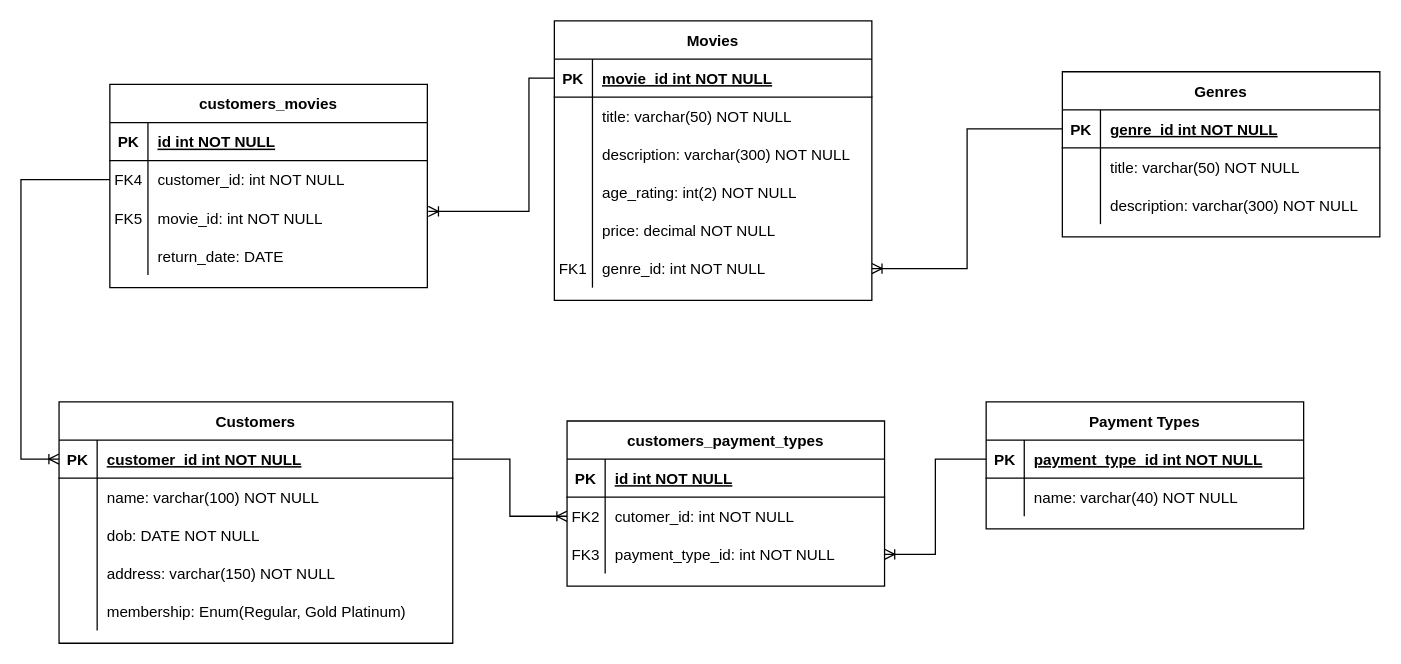
Above: movie_rental_v2.drawio in finn-nankivell2/databases-ca-1 (draw.io), before the change. Source tidied: cells renumbered, new cells numbered last; positions are measured from the earlier drawing's top-left corner, leaving out a move shared by most shapes. Both pictures are drawn from the tidied source at 127%, with x=0, y=0 at pixel (20, 20).
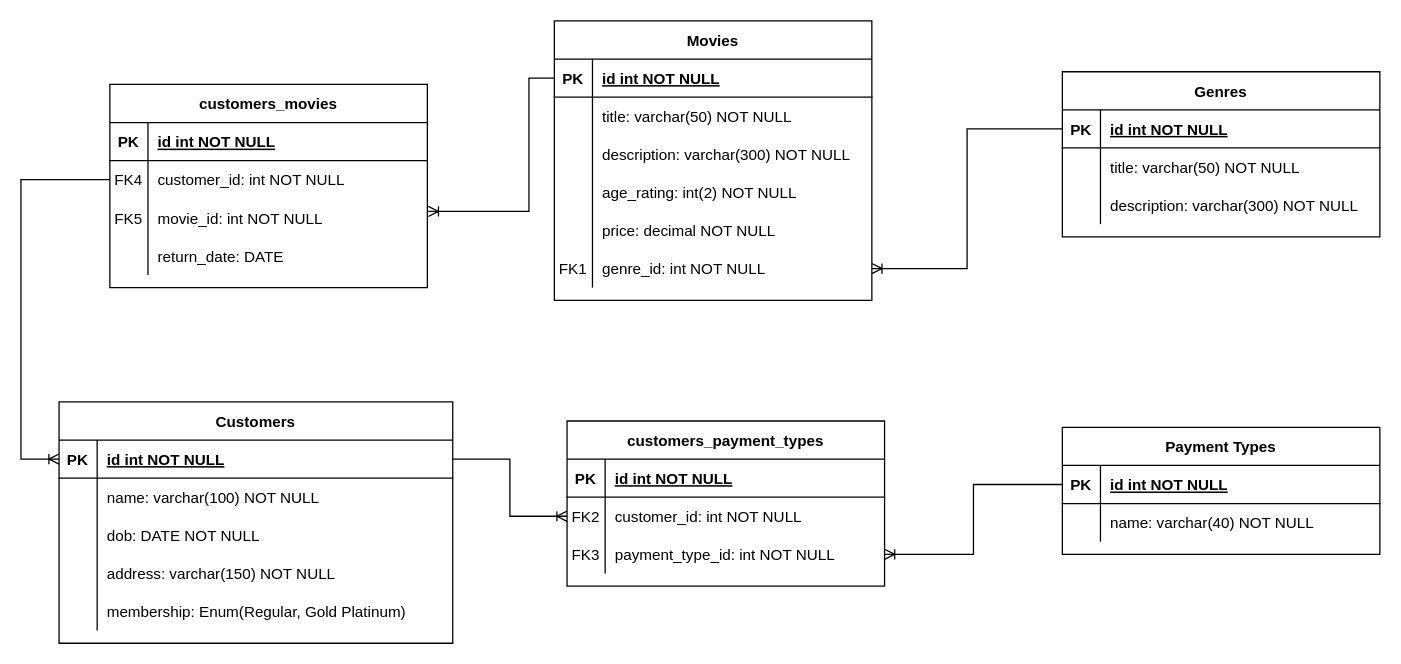
The same page after the edit.

Unchanged cells that the change refers to:
```xml
<mxCell id="3" style="shape=partialRectangle;fillColor=none;points=[[0,0.5],[1,0.5]];portConstraint=eastwest;top=0;left=0;right=0;bottom=1;" parent="2" vertex="1">
  <mxGeometry y="30" width="250" height="30" as="geometry" />
</mxCell>
<mxCell id="22" style="shape=partialRectangle;fillColor=none;points=[[0,0.5],[1,0.5]];portConstraint=eastwest;top=0;left=0;right=0;bottom=1;" parent="21" vertex="1">
  <mxGeometry y="30" width="250" height="30" as="geometry" />
</mxCell>
<mxCell id="33" style="shape=partialRectangle;fillColor=none;points=[[0,0.5],[1,0.5]];portConstraint=eastwest;top=0;left=0;right=0;bottom=1;" parent="32" vertex="1">
  <mxGeometry y="30" width="310" height="30" as="geometry" />
</mxCell>
<mxCell id="49" style="shape=partialRectangle;fillColor=none;points=[[0,0.5],[1,0.5]];portConstraint=eastwest;top=0;left=0;right=0;bottom=1;" parent="48" vertex="1">
  <mxGeometry y="30" width="250" height="30" as="geometry" />
</mxCell>
<mxCell id="59" style="shape=partialRectangle;fillColor=none;points=[[0,0.5],[1,0.5]];portConstraint=eastwest;top=0;left=0;right=0;bottom=0;" parent="55" vertex="1">
  <mxGeometry y="60" width="250" height="30" as="geometry" />
</mxCell>
```

Change to the diagram source:
```diff
@@
-    <mxCell id="5" value="movie_id int NOT NULL " style="shape=partialRectangle;overflow=hidden;fillColor=none;top=0;left=0;bottom=0;right=0;align=left;spacingLeft=6;fontStyle=5;" parent="3" vertex="1">
+    <mxCell id="5" value="id int NOT NULL " style="shape=partialRectangle;overflow=hidden;fillColor=none;top=0;left=0;bottom=0;right=0;align=left;spacingLeft=6;fontStyle=5;" parent="3" vertex="1">
       <mxGeometry x="30" width="220" height="30" as="geometry" />
     </mxCell>
@@
-    <mxCell id="24" value="genre_id int NOT NULL " style="shape=partialRectangle;overflow=hidden;fillColor=none;top=0;left=0;bottom=0;right=0;align=left;spacingLeft=6;fontStyle=5;" parent="22" vertex="1">
+    <mxCell id="24" value="id int NOT NULL " style="shape=partialRectangle;overflow=hidden;fillColor=none;top=0;left=0;bottom=0;right=0;align=left;spacingLeft=6;fontStyle=5;" parent="22" vertex="1">
       <mxGeometry x="30" width="220" height="30" as="geometry" />
     </mxCell>
@@
-    <mxCell id="35" value="customer_id int NOT NULL " style="shape=partialRectangle;overflow=hidden;fillColor=none;top=0;left=0;bottom=0;right=0;align=left;spacingLeft=6;fontStyle=5;" parent="33" vertex="1">
+    <mxCell id="35" value="id int NOT NULL " style="shape=partialRectangle;overflow=hidden;fillColor=none;top=0;left=0;bottom=0;right=0;align=left;spacingLeft=6;fontStyle=5;" parent="33" vertex="1">
       <mxGeometry x="30" width="280" height="30" as="geometry" />
     </mxCell>
@@
     <mxCell id="48" value="Payment Types" style="shape=table;startSize=30;childLayout=tableLayout;rowLines=0;fontStyle=1;align=center;" parent="1" vertex="1">
-      <mxGeometry x="760" y="300" width="250" height="100" as="geometry" />
+      <mxGeometry x="820" y="320" width="250" height="100" as="geometry" />
     </mxCell>
@@
-    <mxCell id="51" value="payment_type_id int NOT NULL " style="shape=partialRectangle;overflow=hidden;fillColor=none;top=0;left=0;bottom=0;right=0;align=left;spacingLeft=6;fontStyle=5;" parent="49" vertex="1">
+    <mxCell id="51" value="id int NOT NULL " style="shape=partialRectangle;overflow=hidden;fillColor=none;top=0;left=0;bottom=0;right=0;align=left;spacingLeft=6;fontStyle=5;" parent="49" vertex="1">
       <mxGeometry x="30" width="220" height="30" as="geometry" />
     </mxCell>
@@
-    <mxCell id="61" value="cutomer_id: int NOT NULL" style="shape=partialRectangle;overflow=hidden;fillColor=none;top=0;left=0;bottom=0;right=0;align=left;spacingLeft=6;" parent="59" vertex="1">
+    <mxCell id="61" value="customer_id: int NOT NULL" style="shape=partialRectangle;overflow=hidden;fillColor=none;top=0;left=0;bottom=0;right=0;align=left;spacingLeft=6;" parent="59" vertex="1">
       <mxGeometry x="30" width="220" height="30" as="geometry" />
     </mxCell>
```
